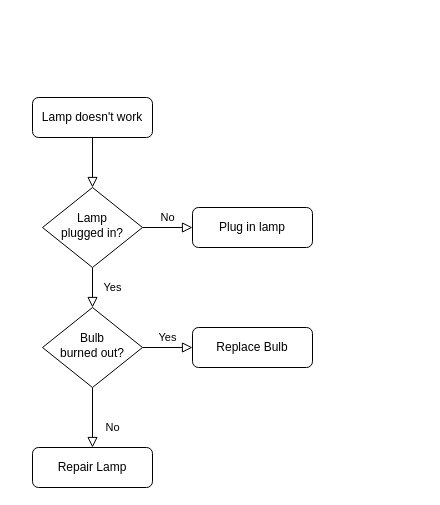
This is diagrams/algorithm_darknetros/flowchart.drawio from fgonzalezr1998/tfg_src, a draw.io file, before an edit. Source tidied: cells renumbered, new cells numbered last; positions are measured from the earlier drawing's top-left corner, leaving out a move shared by most shapes. Both pictures are drawn from the tidied source at 100%, with x=0, y=0 at pixel (32, 97).
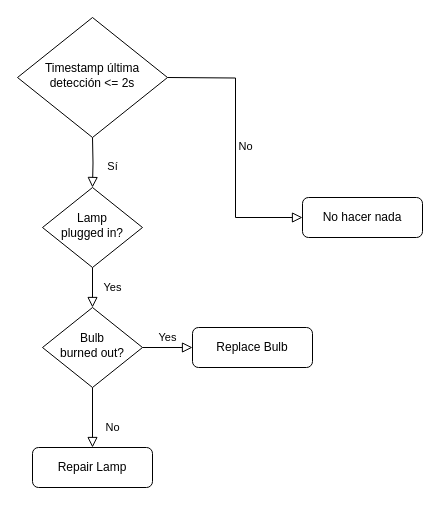
After the change.

Diff of the diagram source:
```diff
@@
 <mxGraphModel>
   <root>
     <mxCell id="0" />
     <mxCell id="1" parent="0" />
-    <mxCell id="2" style="rounded=0;html=1;jettySize=auto;fontSize=11;endArrow=block;endFill=0;endSize=8;strokeWidth=1;shadow=0;labelBackgroundColor=none;edgeStyle=orthogonalEdgeStyle;" parent="1" edge="1" source="3" target="6">
-      <mxGeometry relative="1" as="geometry" />
+    <mxCell id="2" value="Sí" style="rounded=0;html=1;jettySize=auto;fontSize=11;endArrow=block;endFill=0;endSize=8;strokeWidth=1;shadow=0;labelBackgroundColor=none;edgeStyle=orthogonalEdgeStyle;" parent="1" edge="1" target="6">
+      <mxGeometry x="0.2" y="20" relative="1" as="geometry">
+        <mxPoint x="60" y="40" as="sourcePoint" />
+      </mxGeometry>
     </mxCell>
-    <mxCell id="3" value="Lamp doesn't work" style="rounded=1;whiteSpace=wrap;html=1;fontSize=12;glass=0;strokeWidth=1;shadow=0;" parent="1" vertex="1">
-      <mxGeometry width="120" height="40" as="geometry" />
-    </mxCell>
     <mxCell id="4" value="Yes" style="rounded=0;html=1;jettySize=auto;fontSize=11;endArrow=block;endFill=0;endSize=8;strokeWidth=1;shadow=0;labelBackgroundColor=none;edgeStyle=orthogonalEdgeStyle;" parent="1" edge="1" source="6" target="10">
       <mxGeometry y="20" relative="1" as="geometry" />
     </mxCell>
-    <mxCell id="5" value="No" style="edgeStyle=orthogonalEdgeStyle;rounded=0;html=1;jettySize=auto;fontSize=11;endArrow=block;endFill=0;endSize=8;strokeWidth=1;shadow=0;labelBackgroundColor=none;" parent="1" edge="1" source="6" target="7">
-      <mxGeometry y="10" relative="1" as="geometry" />
-    </mxCell>
     <mxCell id="6" value="Lamp&lt;br&gt;plugged in?" style="rhombus;whiteSpace=wrap;html=1;shadow=0;fontFamily=Helvetica;fontSize=12;align=center;strokeWidth=1;spacing=6;spacingTop=-4;" parent="1" vertex="1">
       <mxGeometry x="10" y="90" width="100" height="80" as="geometry" />
     </mxCell>
-    <mxCell id="7" value="Plug in lamp" style="rounded=1;whiteSpace=wrap;html=1;fontSize=12;glass=0;strokeWidth=1;shadow=0;" parent="1" vertex="1">
-      <mxGeometry x="160" y="110" width="120" height="40" as="geometry" />
+    <mxCell id="7" value="No hacer nada" style="rounded=1;whiteSpace=wrap;html=1;fontSize=12;glass=0;strokeWidth=1;shadow=0;" parent="1" vertex="1">
+      <mxGeometry x="270" y="100" width="120" height="40" as="geometry" />
     </mxCell>
     <mxCell id="8" value="No" style="rounded=0;html=1;jettySize=auto;fontSize=11;endArrow=block;endFill=0;endSize=8;strokeWidth=1;shadow=0;labelBackgroundColor=none;edgeStyle=orthogonalEdgeStyle;" parent="1" edge="1" source="10" target="11">
       <mxGeometry x="0.33" y="20" relative="1" as="geometry" />
     </mxCell>
     <mxCell id="9" value="Yes" style="edgeStyle=orthogonalEdgeStyle;rounded=0;html=1;jettySize=auto;fontSize=11;endArrow=block;endFill=0;endSize=8;strokeWidth=1;shadow=0;labelBackgroundColor=none;" parent="1" edge="1" source="10" target="12">
       <mxGeometry y="10" relative="1" as="geometry" />
     </mxCell>
     <mxCell id="10" value="Bulb&lt;br&gt;burned out?" style="rhombus;whiteSpace=wrap;html=1;shadow=0;fontFamily=Helvetica;fontSize=12;align=center;strokeWidth=1;spacing=6;spacingTop=-4;" parent="1" vertex="1">
       <mxGeometry x="10" y="210" width="100" height="80" as="geometry" />
     </mxCell>
     <mxCell id="11" value="Repair Lamp" style="rounded=1;whiteSpace=wrap;html=1;fontSize=12;glass=0;strokeWidth=1;shadow=0;" parent="1" vertex="1">
       <mxGeometry y="350" width="120" height="40" as="geometry" />
     </mxCell>
     <mxCell id="12" value="Replace Bulb" style="rounded=1;whiteSpace=wrap;html=1;fontSize=12;glass=0;strokeWidth=1;shadow=0;" parent="1" vertex="1">
       <mxGeometry x="160" y="230" width="120" height="40" as="geometry" />
     </mxCell>
+    <mxCell id="13" value="Timestamp última detección &amp;lt;= 2s" style="rhombus;whiteSpace=wrap;html=1;shadow=0;fontFamily=Helvetica;fontSize=12;align=center;strokeWidth=1;spacing=6;spacingTop=-4;" parent="1" vertex="1">
+      <mxGeometry x="-15" y="-80" width="150" height="120" as="geometry" />
+    </mxCell>
+    <mxCell id="5" value="No" style="edgeStyle=orthogonalEdgeStyle;rounded=0;html=1;jettySize=auto;fontSize=11;endArrow=block;endFill=0;endSize=8;strokeWidth=1;shadow=0;labelBackgroundColor=none;entryX=0;entryY=0.5;entryDx=0;entryDy=0;" parent="1" edge="1" target="7">
+      <mxGeometry y="10" relative="1" as="geometry">
+        <mxPoint x="135" y="-20" as="sourcePoint" />
+      </mxGeometry>
+    </mxCell>
   </root>
 </mxGraphModel>
```
